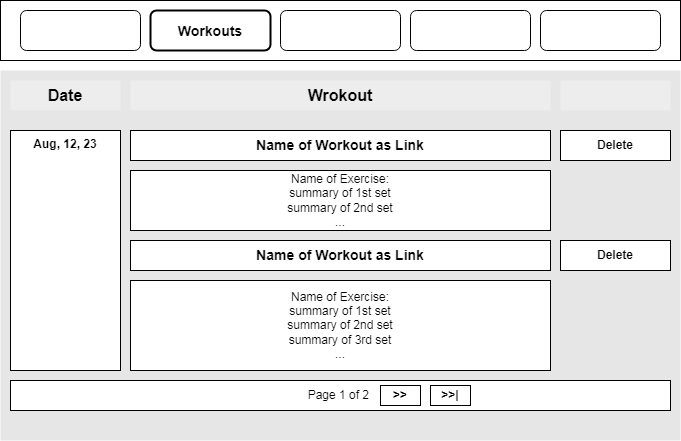
Before: documentation/images/wireframes/workout/listing.png, a diagram exported from draw.io (dimitri-edel/dte-workout-app). Source tidied: cells renumbered, new cells last; positions are measured from the earlier drawing's top-left corner, leaving out a move shared by most shapes.
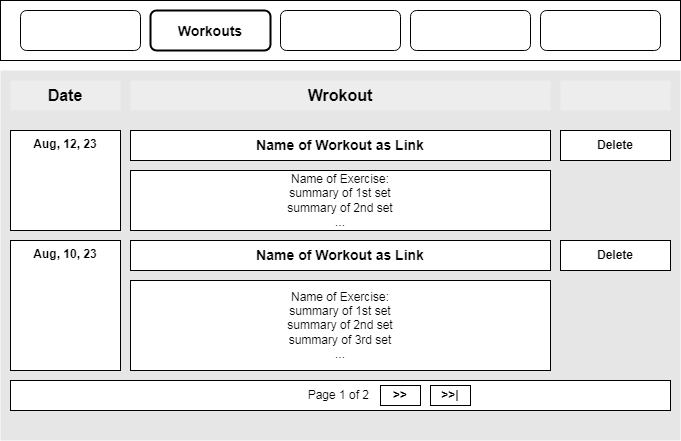
After the change.

Diff of the diagram source:
```diff
@@ -33,7 +33,7 @@
       <mxGeometry x="560" y="10" width="110" height="30" as="geometry" />
     </mxCell>
     <mxCell id="12" value="Aug, 12, 23" style="rounded=0;whiteSpace=wrap;html=1;align=center;verticalAlign=top;fontStyle=1;" parent="8" vertex="1">
-      <mxGeometry x="10" y="60" width="110" height="240" as="geometry" />
+      <mxGeometry x="10" y="60" width="110" height="100" as="geometry" />
     </mxCell>
     <mxCell id="13" value="Name of Workout as Link" style="rounded=0;whiteSpace=wrap;html=1;fontStyle=1;fontSize=14;" parent="8" vertex="1">
       <mxGeometry x="130" y="60" width="420" height="30" as="geometry" />
@@ -62,5 +62,8 @@
     <mxCell id="21" value="Delete" style="rounded=0;whiteSpace=wrap;html=1;fontStyle=1;" parent="8" vertex="1">
       <mxGeometry x="560" y="170" width="110" height="30" as="geometry" />
     </mxCell>
+    <mxCell id="22" value="Aug, 10, 23" style="rounded=0;whiteSpace=wrap;html=1;align=center;verticalAlign=top;fontStyle=1;" parent="8" vertex="1">
+      <mxGeometry x="10" y="170" width="110" height="130" as="geometry" />
+    </mxCell>
   </root>
 </mxGraphModel>
```
